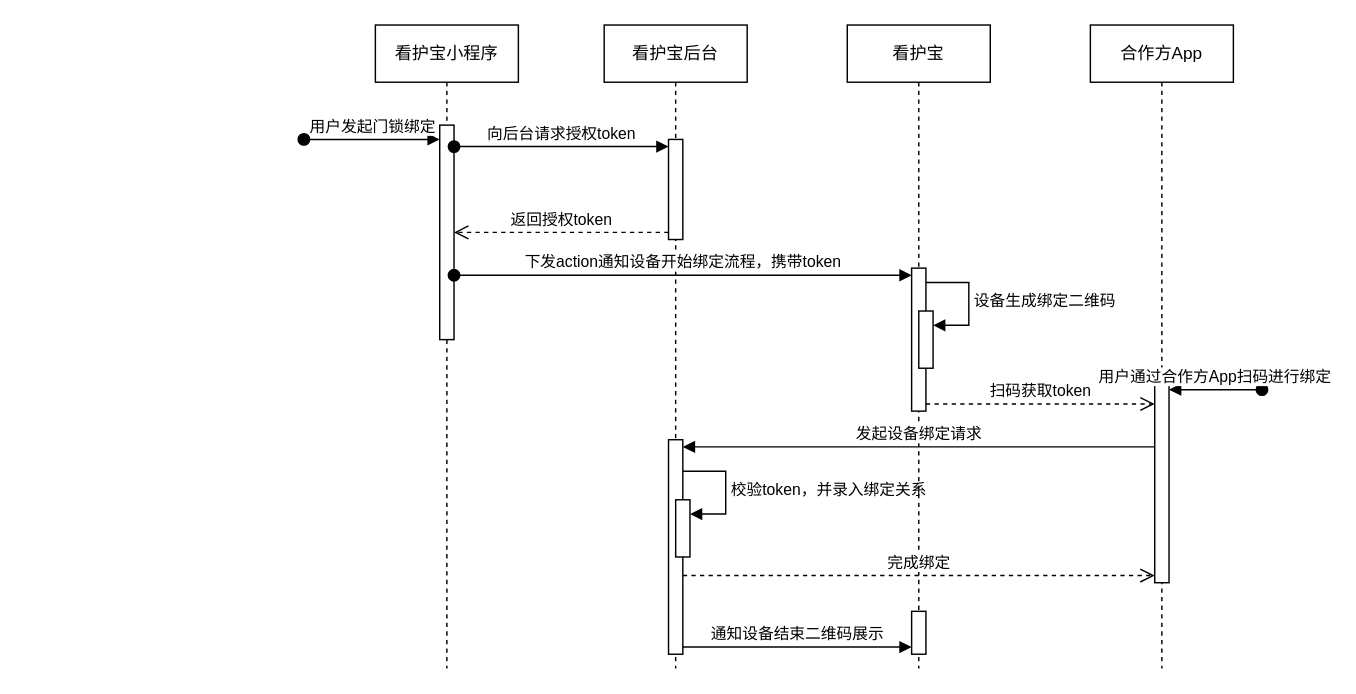
Earlier version of the draw.io diagram 门锁绑定流程.drawio (Chrischenny/selfblog). Source tidied: cells renumbered, new cells numbered last; positions are measured from the earlier drawing's top-left corner, leaving out a move shared by most shapes. Both pictures are drawn from the tidied source at 143%, with x=0, y=0 at pixel (303, 24).
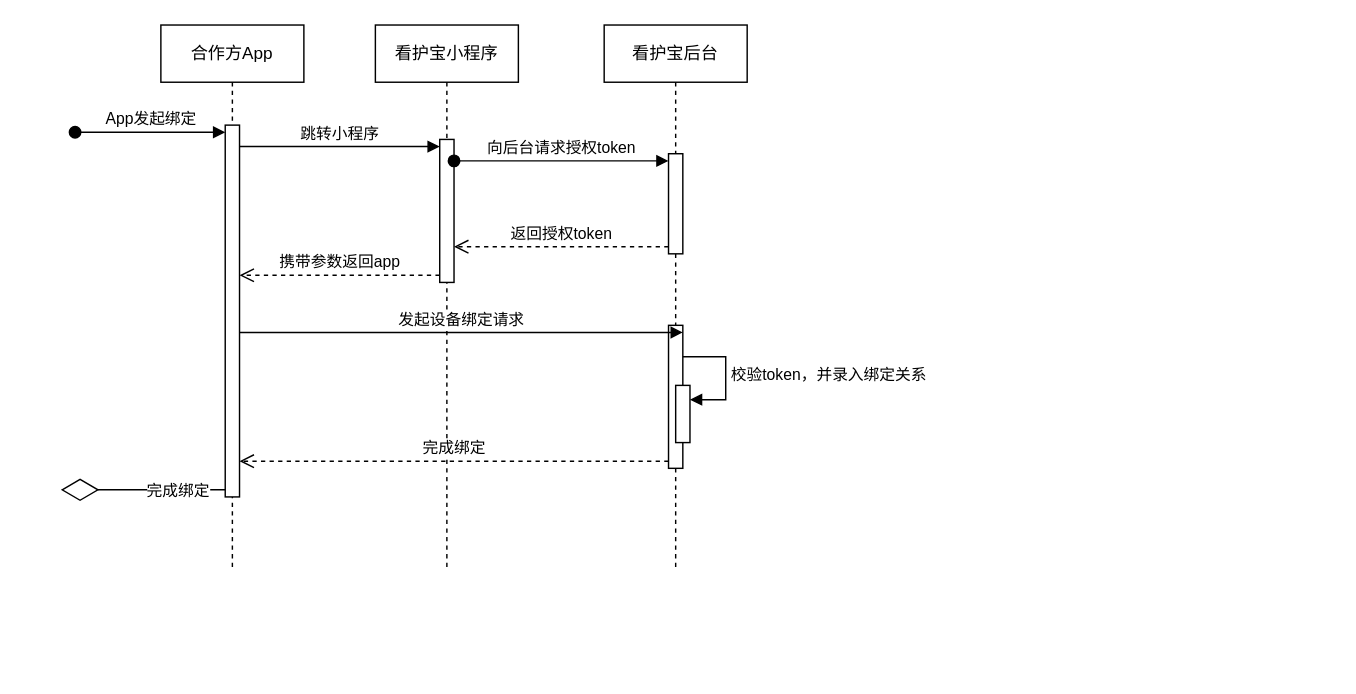
After the change.

Commit message:
更新门锁绑定流程.drawio

Change to the diagram source:
```diff
@@
     <mxCell id="2" value="看护宝小程序" style="shape=umlLifeline;perimeter=lifelinePerimeter;whiteSpace=wrap;html=1;newEdgeStyle={&quot;curved&quot;:0,&quot;rounded&quot;:0};" parent="1" vertex="1">
-      <mxGeometry x="50" width="100" height="450" as="geometry" />
+      <mxGeometry x="50" width="100" height="380" as="geometry" />
     </mxCell>
     <mxCell id="3" style="html=1;points=[[0,0,0,0,5],[0,1,0,0,-5],[1,0,0,0,5],[1,1,0,0,-5]];perimeter=orthogonalPerimeter;outlineConnect=0;targetShapes=umlLifeline;portConstraint=eastwest;newEdgeStyle={&quot;curved&quot;:0,&quot;rounded&quot;:0};" parent="2" vertex="1">
-      <mxGeometry x="45" y="70" width="10" height="150" as="geometry" />
+      <mxGeometry x="45" y="80" width="10" height="100" as="geometry" />
     </mxCell>
     <mxCell id="4" value="看护宝后台" style="shape=umlLifeline;perimeter=lifelinePerimeter;whiteSpace=wrap;html=1;newEdgeStyle={&quot;curved&quot;:0,&quot;rounded&quot;:0};" parent="1" vertex="1">
-      <mxGeometry x="210" width="100" height="450" as="geometry" />
+      <mxGeometry x="210" width="100" height="380" as="geometry" />
     </mxCell>
     <mxCell id="5" style="html=1;points=[[0,0,0,0,5],[0,1,0,0,-5],[1,0,0,0,5],[1,1,0,0,-5]];perimeter=orthogonalPerimeter;outlineConnect=0;targetShapes=umlLifeline;portConstraint=eastwest;newEdgeStyle={&quot;curved&quot;:0,&quot;rounded&quot;:0};" parent="4" vertex="1">
-      <mxGeometry x="45" y="80" width="10" height="70" as="geometry" />
+      <mxGeometry x="45" y="90" width="10" height="70" as="geometry" />
     </mxCell>
     <mxCell id="6" style="html=1;points=[[0,0,0,0,5],[0,1,0,0,-5],[1,0,0,0,5],[1,1,0,0,-5]];perimeter=orthogonalPerimeter;outlineConnect=0;targetShapes=umlLifeline;portConstraint=eastwest;newEdgeStyle={&quot;curved&quot;:0,&quot;rounded&quot;:0};" parent="4" vertex="1">
-      <mxGeometry x="45" y="290" width="10" height="150" as="geometry" />
+      <mxGeometry x="45" y="210" width="10" height="100" as="geometry" />
     </mxCell>
     <mxCell id="7" style="html=1;points=[[0,0,0,0,5],[0,1,0,0,-5],[1,0,0,0,5],[1,1,0,0,-5]];perimeter=orthogonalPerimeter;outlineConnect=0;targetShapes=umlLifeline;portConstraint=eastwest;newEdgeStyle={&quot;curved&quot;:0,&quot;rounded&quot;:0};" parent="4" vertex="1">
-      <mxGeometry x="50" y="332" width="10" height="40" as="geometry" />
+      <mxGeometry x="50" y="252" width="10" height="40" as="geometry" />
     </mxCell>
     <mxCell id="8" value="校验token，并录入绑定关系" style="html=1;align=left;spacingLeft=2;endArrow=block;rounded=0;edgeStyle=orthogonalEdgeStyle;curved=0;rounded=0;" parent="4" edge="1" target="7">
       <mxGeometry relative="1" as="geometry">
-        <mxPoint x="55" y="312" as="sourcePoint" />
+        <mxPoint x="55" y="232" as="sourcePoint" />
         <Array as="points">
-          <mxPoint x="85" y="342" />
+          <mxPoint x="85" y="262" />
         </Array>
       </mxGeometry>
     </mxCell>
-    <mxCell id="9" value="看护宝" style="shape=umlLifeline;perimeter=lifelinePerimeter;whiteSpace=wrap;html=1;newEdgeStyle={&quot;curved&quot;:0,&quot;rounded&quot;:0};" parent="1" vertex="1">
-      <mxGeometry x="380" width="100" height="450" as="geometry" />
-    </mxCell>
-    <mxCell id="10" style="html=1;points=[[0,0,0,0,5],[0,1,0,0,-5],[1,0,0,0,5],[1,1,0,0,-5]];perimeter=orthogonalPerimeter;outlineConnect=0;targetShapes=umlLifeline;portConstraint=eastwest;newEdgeStyle={&quot;curved&quot;:0,&quot;rounded&quot;:0};" parent="9" vertex="1">
-      <mxGeometry x="45" y="170" width="10" height="100" as="geometry" />
-    </mxCell>
-    <mxCell id="11" style="html=1;points=[[0,0,0,0,5],[0,1,0,0,-5],[1,0,0,0,5],[1,1,0,0,-5]];perimeter=orthogonalPerimeter;outlineConnect=0;targetShapes=umlLifeline;portConstraint=eastwest;newEdgeStyle={&quot;curved&quot;:0,&quot;rounded&quot;:0};" parent="9" vertex="1">
-      <mxGeometry x="50" y="200" width="10" height="40" as="geometry" />
-    </mxCell>
-    <mxCell id="12" value="设备生成绑定二维码" style="html=1;align=left;spacingLeft=2;endArrow=block;rounded=0;edgeStyle=orthogonalEdgeStyle;curved=0;rounded=0;" parent="9" edge="1" target="11">
-      <mxGeometry relative="1" as="geometry">
-        <mxPoint x="55" y="180" as="sourcePoint" />
-        <Array as="points">
-          <mxPoint x="85" y="210" />
-        </Array>
-      </mxGeometry>
-    </mxCell>
-    <mxCell id="13" style="html=1;points=[[0,0,0,0,5],[0,1,0,0,-5],[1,0,0,0,5],[1,1,0,0,-5]];perimeter=orthogonalPerimeter;outlineConnect=0;targetShapes=umlLifeline;portConstraint=eastwest;newEdgeStyle={&quot;curved&quot;:0,&quot;rounded&quot;:0};" parent="9" vertex="1">
-      <mxGeometry x="45" y="410" width="10" height="30" as="geometry" />
-    </mxCell>
     <mxCell id="14" value="合作方App" style="shape=umlLifeline;perimeter=lifelinePerimeter;whiteSpace=wrap;html=1;newEdgeStyle={&quot;curved&quot;:0,&quot;rounded&quot;:0};" parent="1" vertex="1">
-      <mxGeometry x="550" width="100" height="450" as="geometry" />
+      <mxGeometry x="-100" width="100" height="380" as="geometry" />
     </mxCell>
     <mxCell id="15" style="html=1;points=[[0,0,0,0,5],[0,1,0,0,-5],[1,0,0,0,5],[1,1,0,0,-5]];perimeter=orthogonalPerimeter;outlineConnect=0;targetShapes=umlLifeline;portConstraint=eastwest;newEdgeStyle={&quot;curved&quot;:0,&quot;rounded&quot;:0};" parent="14" vertex="1">
-      <mxGeometry x="45" y="250" width="10" height="140" as="geometry" />
+      <mxGeometry x="45" y="70" width="10" height="260" as="geometry" />
     </mxCell>
-    <mxCell id="16" value="用户发起门锁绑定" style="html=1;verticalAlign=bottom;startArrow=oval;startFill=1;endArrow=block;startSize=8;curved=0;rounded=0;" parent="1" edge="1" target="3">
-      <mxGeometry relative="1" as="geometry">
-        <mxPoint y="80" as="sourcePoint" />
-      </mxGeometry>
-    </mxCell>
@@
-    <mxCell id="19" value="下发action通知设备开始绑定流程，携带token" style="html=1;verticalAlign=bottom;startArrow=oval;startFill=1;endArrow=block;startSize=8;curved=0;rounded=0;entryX=0;entryY=0;entryDx=0;entryDy=5;entryPerimeter=0;" parent="1" edge="1" source="3" target="10">
-      <mxGeometry relative="1" as="geometry" />
-    </mxCell>
-    <mxCell id="20" value="用户通过合作方App扫码进行绑定" style="html=1;verticalAlign=bottom;startArrow=oval;startFill=1;endArrow=block;startSize=8;curved=0;rounded=0;entryX=1;entryY=0;entryDx=0;entryDy=5;entryPerimeter=0;" parent="1" edge="1" target="15">
+    <mxCell id="20" value="App发起绑定" style="html=1;verticalAlign=bottom;startArrow=oval;startFill=1;endArrow=block;startSize=8;curved=0;rounded=0;entryX=0;entryY=0;entryDx=0;entryDy=5;entryPerimeter=0;" parent="1" edge="1" target="15">
       <mxGeometry relative="1" as="geometry">
-        <mxPoint x="670" y="255" as="sourcePoint" />
+        <mxPoint x="-160" y="75" as="sourcePoint" />
       </mxGeometry>
     </mxCell>
-    <mxCell id="21" value="扫码获取token" style="html=1;verticalAlign=bottom;endArrow=open;dashed=1;endSize=8;curved=0;rounded=0;exitX=1;exitY=1;exitDx=0;exitDy=-5;exitPerimeter=0;" parent="1" edge="1" source="10" target="15">
-      <mxGeometry relative="1" as="geometry" />
-    </mxCell>
@@
-    <mxCell id="23" value="完成绑定" style="html=1;verticalAlign=bottom;endArrow=open;dashed=1;endSize=8;curved=0;rounded=0;entryX=0;entryY=1;entryDx=0;entryDy=-5;entryPerimeter=0;" parent="1" edge="1" source="6" target="15">
+    <mxCell id="23" value="完成绑定" style="html=1;verticalAlign=bottom;endArrow=open;dashed=1;endSize=8;curved=0;rounded=0;exitX=0;exitY=1;exitDx=0;exitDy=-5;exitPerimeter=0;" parent="1" edge="1" source="6" target="15">
       <mxGeometry relative="1" as="geometry" />
     </mxCell>
-    <mxCell id="24" value="通知设备结束二维码展示" style="html=1;verticalAlign=bottom;endArrow=block;curved=0;rounded=0;exitX=1;exitY=1;exitDx=0;exitDy=-5;exitPerimeter=0;entryX=0;entryY=1;entryDx=0;entryDy=-5;entryPerimeter=0;" parent="1" edge="1" source="6" target="13">
-      <mxGeometry relative="1" as="geometry" />
-    </mxCell>
+    <mxCell id="25" value="跳转小程序" style="html=1;verticalAlign=bottom;endArrow=block;curved=0;rounded=0;entryX=0;entryY=0;entryDx=0;entryDy=5;entryPerimeter=0;" parent="1" edge="1" source="15" target="3">
+      <mxGeometry relative="1" as="geometry" />
+    </mxCell>
+    <mxCell id="26" value="携带参数返回app" style="html=1;verticalAlign=bottom;endArrow=open;dashed=1;endSize=8;curved=0;rounded=0;exitX=0;exitY=1;exitDx=0;exitDy=-5;exitPerimeter=0;" parent="1" edge="1" source="3" target="15">
+      <mxGeometry relative="1" as="geometry" />
+    </mxCell>
+    <mxCell id="27" style="endArrow=diamondThin;endFill=0;endSize=24;html=1;rounded=0;exitX=0;exitY=1;exitDx=0;exitDy=-5;exitPerimeter=0;" parent="1" edge="1" source="15">
+      <mxGeometry relative="1" as="geometry">
+        <mxPoint x="-170" y="325" as="targetPoint" />
+      </mxGeometry>
+    </mxCell>
+    <mxCell id="28" value="完成绑定" style="edgeLabel;html=1;align=center;verticalAlign=middle;" parent="27" vertex="1">
+      <mxGeometry x="-0.41" relative="1" as="geometry" />
+    </mxCell>
```
